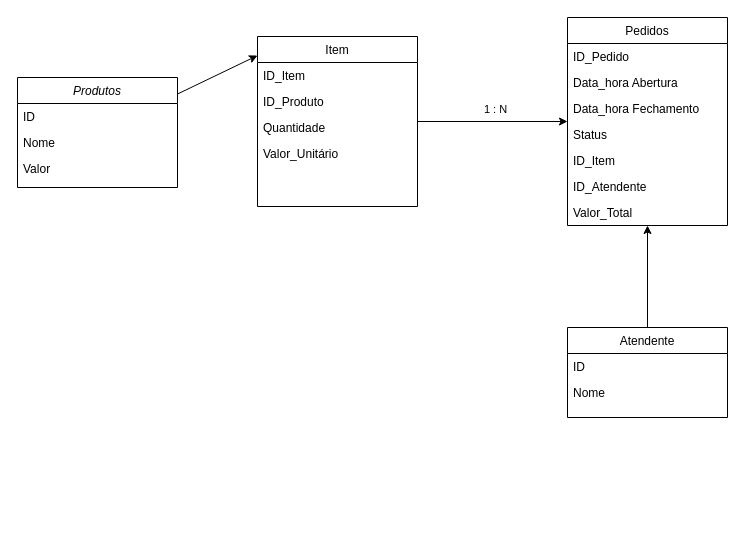
The draw.io diagram Aula 20 - Projeto de Gerenciamento/desenho.dio in AnaRibeiro-BI/MeusProjetosIniciaisPython, before the edit. Source tidied: cells renumbered, new cells numbered last; positions are measured from the earlier drawing's top-left corner, leaving out a move shared by most shapes. Both pictures are drawn from the tidied source at 100%, with x=0, y=0 at pixel (17, 17).
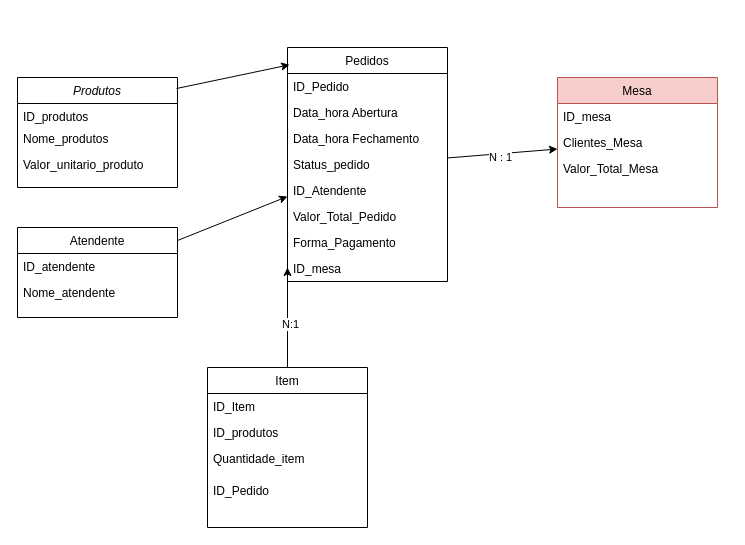
After the change.

Commit message (it also covers changes not shown here):
atualização do código com novas funcionalidades: atualização de produtos, gerenciamento de pedidos, atendentes e mesas, além de relatórios de vendas.

Unchanged cells that the change refers to:
```xml
<mxCell id="2" value="Produtos" style="swimlane;fontStyle=2;align=center;verticalAlign=top;horizontal=1;startSize=26;rounded=0;shadow=0;strokeWidth=1;" parent="1" vertex="1">
  <mxGeometry y="60" width="160" height="110" as="geometry" />
</mxCell>
```

What changed in the source:
```diff
@@
-    <mxCell id="3" value="ID" style="text;align=left;verticalAlign=top;spacingLeft=4;spacingRight=4;overflow=hidden;" parent="2" vertex="1">
-      <mxGeometry y="26" width="160" height="26" as="geometry" />
+    <mxCell id="3" value="ID_produtos" style="text;align=left;verticalAlign=top;spacingLeft=4;spacingRight=4;overflow=hidden;" parent="2" vertex="1">
+      <mxGeometry y="26" width="160" height="22" as="geometry" />
     </mxCell>
-    <mxCell id="4" value="Nome" style="text;align=left;verticalAlign=top;spacingLeft=4;spacingRight=4;overflow=hidden;rounded=0;shadow=0;html=0;" parent="2" vertex="1">
-      <mxGeometry y="52" width="160" height="26" as="geometry" />
+    <mxCell id="4" value="Nome_produtos" style="text;align=left;verticalAlign=top;spacingLeft=4;spacingRight=4;overflow=hidden;rounded=0;shadow=0;html=0;" parent="2" vertex="1">
+      <mxGeometry y="48" width="160" height="26" as="geometry" />
     </mxCell>
-    <mxCell id="5" value="Valor" style="text;align=left;verticalAlign=top;spacingLeft=4;spacingRight=4;overflow=hidden;rounded=0;shadow=0;html=0;" parent="2" vertex="1">
-      <mxGeometry y="78" width="160" height="26" as="geometry" />
+    <mxCell id="5" value="Valor_unitario_produto" style="text;align=left;verticalAlign=top;spacingLeft=4;spacingRight=4;overflow=hidden;rounded=0;shadow=0;html=0;" parent="2" vertex="1">
+      <mxGeometry y="74" width="160" height="26" as="geometry" />
     </mxCell>
@@
     <mxCell id="7" value="Atendente" style="swimlane;fontStyle=0;align=center;verticalAlign=top;horizontal=1;startSize=26;rounded=0;shadow=0;strokeWidth=1;" parent="1" vertex="1">
-      <mxGeometry x="550" y="310" width="160" height="90" as="geometry" />
+      <mxGeometry y="210" width="160" height="90" as="geometry" />
     </mxCell>
-    <mxCell id="8" value="ID" style="text;align=left;verticalAlign=top;spacingLeft=4;spacingRight=4;overflow=hidden;" parent="7" vertex="1">
+    <mxCell id="8" value="ID_atendente" style="text;align=left;verticalAlign=top;spacingLeft=4;spacingRight=4;overflow=hidden;" parent="7" vertex="1">
       <mxGeometry y="26" width="160" height="26" as="geometry" />
     </mxCell>
-    <mxCell id="9" value="Nome" style="text;align=left;verticalAlign=top;spacingLeft=4;spacingRight=4;overflow=hidden;" parent="7" vertex="1">
+    <mxCell id="9" value="Nome_atendente" style="text;align=left;verticalAlign=top;spacingLeft=4;spacingRight=4;overflow=hidden;" parent="7" vertex="1">
       <mxGeometry y="52" width="160" height="26" as="geometry" />
     </mxCell>
     <mxCell id="10" value="Pedidos" style="swimlane;fontStyle=0;align=center;verticalAlign=top;horizontal=1;startSize=26;rounded=0;shadow=0;strokeWidth=1;" parent="1" vertex="1">
-      <mxGeometry x="550" width="160" height="208" as="geometry" />
+      <mxGeometry x="270" y="30" width="160" height="234" as="geometry" />
     </mxCell>
@@
-    <mxCell id="14" value="Status" style="text;align=left;verticalAlign=top;spacingLeft=4;spacingRight=4;overflow=hidden;rounded=0;shadow=0;html=0;" parent="10" vertex="1">
+    <mxCell id="14" value="Status_pedido" style="text;align=left;verticalAlign=top;spacingLeft=4;spacingRight=4;overflow=hidden;rounded=0;shadow=0;html=0;" parent="10" vertex="1">
       <mxGeometry y="104" width="160" height="26" as="geometry" />
     </mxCell>
-    <mxCell id="15" value="ID_Item" style="text;align=left;verticalAlign=top;spacingLeft=4;spacingRight=4;overflow=hidden;rounded=0;shadow=0;html=0;" parent="10" vertex="1">
-      <mxGeometry y="130" width="160" height="26" as="geometry" />
-    </mxCell>
     <mxCell id="16" value="ID_Atendente" style="text;align=left;verticalAlign=top;spacingLeft=4;spacingRight=4;overflow=hidden;rounded=0;shadow=0;html=0;" parent="10" vertex="1">
-      <mxGeometry y="156" width="160" height="26" as="geometry" />
+      <mxGeometry y="130" width="160" height="26" as="geometry" />
     </mxCell>
-    <mxCell id="17" value="Valor_Total" style="text;align=left;verticalAlign=top;spacingLeft=4;spacingRight=4;overflow=hidden;rounded=0;shadow=0;html=0;" parent="10" vertex="1">
-      <mxGeometry y="182" width="160" height="26" as="geometry" />
-    </mxCell>
+    <mxCell id="26" value="Valor_Total_Pedido" style="text;align=left;verticalAlign=top;spacingLeft=4;spacingRight=4;overflow=hidden;rounded=0;shadow=0;html=0;" parent="10" vertex="1">
+      <mxGeometry y="156" width="160" height="26" as="geometry" />
+    </mxCell>
+    <mxCell id="27" value="Forma_Pagamento" style="text;align=left;verticalAlign=top;spacingLeft=4;spacingRight=4;overflow=hidden;rounded=0;shadow=0;html=0;" parent="10" vertex="1">
+      <mxGeometry y="182" width="160" height="26" as="geometry" />
+    </mxCell>
+    <mxCell id="28" value="ID_mesa" style="text;align=left;verticalAlign=top;spacingLeft=4;spacingRight=4;overflow=hidden;rounded=0;shadow=0;html=0;" parent="10" vertex="1">
+      <mxGeometry y="208" width="160" height="26" as="geometry" />
+    </mxCell>
-    <mxCell id="18" value="Item" style="swimlane;fontStyle=0;align=center;verticalAlign=top;horizontal=1;startSize=26;rounded=0;shadow=0;strokeWidth=1;" parent="1" vertex="1">
-      <mxGeometry x="240" y="19" width="160" height="170" as="geometry" />
+    <mxCell id="18" value="Mesa" style="swimlane;fontStyle=0;align=center;verticalAlign=top;horizontal=1;startSize=26;rounded=0;shadow=0;strokeWidth=1;fillColor=#f8cecc;strokeColor=#b85450;" parent="1" vertex="1">
+      <mxGeometry x="540" y="60" width="160" height="130" as="geometry" />
     </mxCell>
-    <mxCell id="19" value="ID_Item" style="text;align=left;verticalAlign=top;spacingLeft=4;spacingRight=4;overflow=hidden;" parent="18" vertex="1">
-      <mxGeometry y="26" width="160" height="26" as="geometry" />
-    </mxCell>
-    <mxCell id="20" value="ID_Produto" style="text;align=left;verticalAlign=top;spacingLeft=4;spacingRight=4;overflow=hidden;rounded=0;shadow=0;html=0;" parent="18" vertex="1">
-      <mxGeometry y="52" width="160" height="26" as="geometry" />
+    <mxCell id="20" value="ID_mesa" style="text;align=left;verticalAlign=top;spacingLeft=4;spacingRight=4;overflow=hidden;rounded=0;shadow=0;html=0;" parent="18" vertex="1">
+      <mxGeometry y="26" width="160" height="26" as="geometry" />
     </mxCell>
-    <mxCell id="21" value="Quantidade" style="text;align=left;verticalAlign=top;spacingLeft=4;spacingRight=4;overflow=hidden;rounded=0;shadow=0;html=0;" parent="18" vertex="1">
-      <mxGeometry y="78" width="160" height="26" as="geometry" />
+    <mxCell id="21" value="Clientes_Mesa" style="text;align=left;verticalAlign=top;spacingLeft=4;spacingRight=4;overflow=hidden;rounded=0;shadow=0;html=0;" parent="18" vertex="1">
+      <mxGeometry y="52" width="160" height="26" as="geometry" />
     </mxCell>
-    <mxCell id="22" value="Valor_Unitário" style="text;align=left;verticalAlign=top;spacingLeft=4;spacingRight=4;overflow=hidden;rounded=0;shadow=0;html=0;" parent="18" vertex="1">
-      <mxGeometry y="104" width="160" height="26" as="geometry" />
-    </mxCell>
-    <mxCell id="23" style="edgeStyle=none;html=1;" parent="1" edge="1" source="18" target="10">
-      <mxGeometry relative="1" as="geometry" />
-    </mxCell>
-    <mxCell id="24" value="1 : N" style="edgeLabel;html=1;align=center;verticalAlign=middle;" parent="23" vertex="1">
-      <mxGeometry x="0.03" y="-4" relative="1" as="geometry">
-        <mxPoint y="-17" as="offset" />
-      </mxGeometry>
-    </mxCell>
-    <mxCell id="25" style="edgeStyle=none;html=1;entryX=0;entryY=0.112;entryDx=0;entryDy=0;entryPerimeter=0;" parent="1" edge="1" source="2" target="18">
-      <mxGeometry relative="1" as="geometry" />
-    </mxCell>
+    <mxCell id="29" value="Valor_Total_Mesa" style="text;align=left;verticalAlign=top;spacingLeft=4;spacingRight=4;overflow=hidden;rounded=0;shadow=0;html=0;" parent="18" vertex="1">
+      <mxGeometry y="78" width="160" height="26" as="geometry" />
+    </mxCell>
+    <mxCell id="30" value="Item" style="swimlane;fontStyle=0;align=center;verticalAlign=top;horizontal=1;startSize=26;rounded=0;shadow=0;strokeWidth=1;" parent="1" vertex="1">
+      <mxGeometry x="190" y="350" width="160" height="160" as="geometry" />
+    </mxCell>
+    <mxCell id="19" value="ID_Item" style="text;align=left;verticalAlign=top;spacingLeft=4;spacingRight=4;overflow=hidden;" parent="30" vertex="1">
+      <mxGeometry y="26" width="160" height="26" as="geometry" />
+    </mxCell>
+    <mxCell id="31" value="ID_produtos" style="text;align=left;verticalAlign=top;spacingLeft=4;spacingRight=4;overflow=hidden;rounded=0;shadow=0;html=0;" parent="30" vertex="1">
+      <mxGeometry y="52" width="160" height="26" as="geometry" />
+    </mxCell>
+    <mxCell id="32" value="Quantidade_item" style="text;align=left;verticalAlign=top;spacingLeft=4;spacingRight=4;overflow=hidden;rounded=0;shadow=0;html=0;" parent="30" vertex="1">
+      <mxGeometry y="78" width="160" height="32" as="geometry" />
+    </mxCell>
+    <mxCell id="33" value="ID_Pedido" style="text;align=left;verticalAlign=top;spacingLeft=4;spacingRight=4;overflow=hidden;rounded=0;shadow=0;html=0;" parent="30" vertex="1">
+      <mxGeometry y="110" width="160" height="30" as="geometry" />
+    </mxCell>
+    <mxCell id="34" style="edgeStyle=none;html=1;entryX=0.013;entryY=0.074;entryDx=0;entryDy=0;entryPerimeter=0;exitX=0.994;exitY=0.1;exitDx=0;exitDy=0;exitPerimeter=0;" parent="1" edge="1" source="2" target="10">
+      <mxGeometry relative="1" as="geometry" />
+    </mxCell>
+    <mxCell id="35" style="edgeStyle=none;html=1;" parent="1" edge="1" source="10" target="18">
+      <mxGeometry relative="1" as="geometry" />
+    </mxCell>
+    <mxCell id="36" value="N : 1" style="edgeLabel;html=1;align=center;verticalAlign=middle;" parent="35" vertex="1">
+      <mxGeometry x="-0.06" y="-3" relative="1" as="geometry" />
+    </mxCell>
+    <mxCell id="37" style="edgeStyle=none;html=1;" parent="1" edge="1" source="30">
+      <mxGeometry relative="1" as="geometry">
+        <mxPoint x="270" y="250" as="targetPoint" />
+      </mxGeometry>
+    </mxCell>
+    <mxCell id="38" value="N:1" style="edgeLabel;html=1;align=center;verticalAlign=middle;" parent="37" vertex="1">
+      <mxGeometry x="-0.12" y="-2" relative="1" as="geometry" />
+    </mxCell>
```
